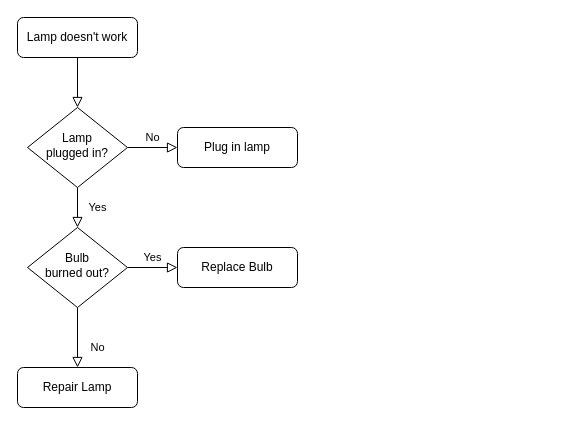
The draw.io diagram docs/ui/Untitled Diagram.drawio in devopsw18/docs, before the edit. Source tidied: cells renumbered, new cells numbered last; positions are measured from the earlier drawing's top-left corner, leaving out a move shared by most shapes. Both pictures are drawn from the tidied source at 100%, with x=0, y=0 at pixel (17, 17).
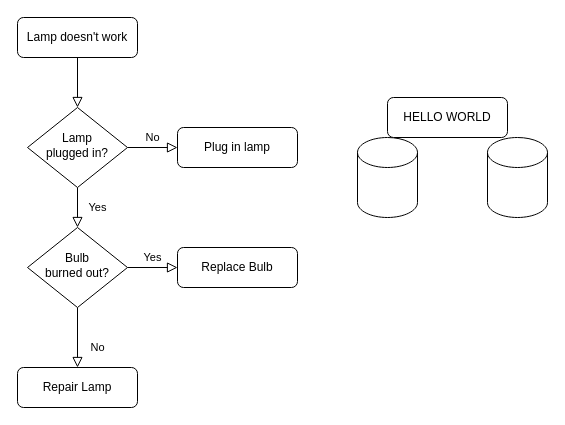
The same page after the edit.

What changed in the source:
```diff
@@
 <mxGraphModel>
   <root>
     <mxCell id="0" />
     <mxCell id="1" parent="0" />
     <mxCell id="2" style="rounded=0;html=1;jettySize=auto;fontSize=11;endArrow=block;endFill=0;endSize=8;strokeWidth=1;shadow=0;labelBackgroundColor=none;edgeStyle=orthogonalEdgeStyle;" parent="1" edge="1" source="3" target="6">
       <mxGeometry relative="1" as="geometry" />
     </mxCell>
     <mxCell id="3" value="Lamp doesn't work" style="rounded=1;whiteSpace=wrap;html=1;fontSize=12;glass=0;strokeWidth=1;shadow=0;" parent="1" vertex="1">
       <mxGeometry width="120" height="40" as="geometry" />
     </mxCell>
     <mxCell id="4" value="Yes" style="rounded=0;html=1;jettySize=auto;fontSize=11;endArrow=block;endFill=0;endSize=8;strokeWidth=1;shadow=0;labelBackgroundColor=none;edgeStyle=orthogonalEdgeStyle;" parent="1" edge="1" source="6" target="10">
       <mxGeometry y="20" relative="1" as="geometry" />
     </mxCell>
     <mxCell id="5" value="No" style="edgeStyle=orthogonalEdgeStyle;rounded=0;html=1;jettySize=auto;fontSize=11;endArrow=block;endFill=0;endSize=8;strokeWidth=1;shadow=0;labelBackgroundColor=none;" parent="1" edge="1" source="6" target="7">
       <mxGeometry y="10" relative="1" as="geometry" />
     </mxCell>
     <mxCell id="6" value="Lamp&lt;br&gt;plugged in?" style="rhombus;whiteSpace=wrap;html=1;shadow=0;fontFamily=Helvetica;fontSize=12;align=center;strokeWidth=1;spacing=6;spacingTop=-4;" parent="1" vertex="1">
       <mxGeometry x="10" y="90" width="100" height="80" as="geometry" />
     </mxCell>
     <mxCell id="7" value="Plug in lamp" style="rounded=1;whiteSpace=wrap;html=1;fontSize=12;glass=0;strokeWidth=1;shadow=0;" parent="1" vertex="1">
       <mxGeometry x="160" y="110" width="120" height="40" as="geometry" />
     </mxCell>
     <mxCell id="8" value="No" style="rounded=0;html=1;jettySize=auto;fontSize=11;endArrow=block;endFill=0;endSize=8;strokeWidth=1;shadow=0;labelBackgroundColor=none;edgeStyle=orthogonalEdgeStyle;" parent="1" edge="1" source="10" target="11">
       <mxGeometry x="0.33" y="20" relative="1" as="geometry" />
     </mxCell>
     <mxCell id="9" value="Yes" style="edgeStyle=orthogonalEdgeStyle;rounded=0;html=1;jettySize=auto;fontSize=11;endArrow=block;endFill=0;endSize=8;strokeWidth=1;shadow=0;labelBackgroundColor=none;" parent="1" edge="1" source="10" target="12">
       <mxGeometry y="10" relative="1" as="geometry" />
     </mxCell>
     <mxCell id="10" value="Bulb&lt;br&gt;burned out?" style="rhombus;whiteSpace=wrap;html=1;shadow=0;fontFamily=Helvetica;fontSize=12;align=center;strokeWidth=1;spacing=6;spacingTop=-4;" parent="1" vertex="1">
       <mxGeometry x="10" y="210" width="100" height="80" as="geometry" />
     </mxCell>
     <mxCell id="11" value="Repair Lamp" style="rounded=1;whiteSpace=wrap;html=1;fontSize=12;glass=0;strokeWidth=1;shadow=0;" parent="1" vertex="1">
       <mxGeometry y="350" width="120" height="40" as="geometry" />
     </mxCell>
     <mxCell id="12" value="Replace Bulb" style="rounded=1;whiteSpace=wrap;html=1;fontSize=12;glass=0;strokeWidth=1;shadow=0;" parent="1" vertex="1">
       <mxGeometry x="160" y="230" width="120" height="40" as="geometry" />
     </mxCell>
+    <mxCell id="13" value="HELLO WORLD" style="rounded=1;whiteSpace=wrap;html=1;fontSize=12;glass=0;strokeWidth=1;shadow=0;" parent="1" vertex="1">
+      <mxGeometry x="370" y="80" width="120" height="40" as="geometry" />
+    </mxCell>
+    <mxCell id="14" style="shape=cylinder3;whiteSpace=wrap;html=1;boundedLbl=1;backgroundOutline=1;size=15;" parent="1" vertex="1">
+      <mxGeometry x="340" y="120" width="60" height="80" as="geometry" />
+    </mxCell>
+    <mxCell id="15" style="shape=cylinder3;whiteSpace=wrap;html=1;boundedLbl=1;backgroundOutline=1;size=15;" parent="1" vertex="1">
+      <mxGeometry x="470" y="120" width="60" height="80" as="geometry" />
+    </mxCell>
   </root>
 </mxGraphModel>
```
